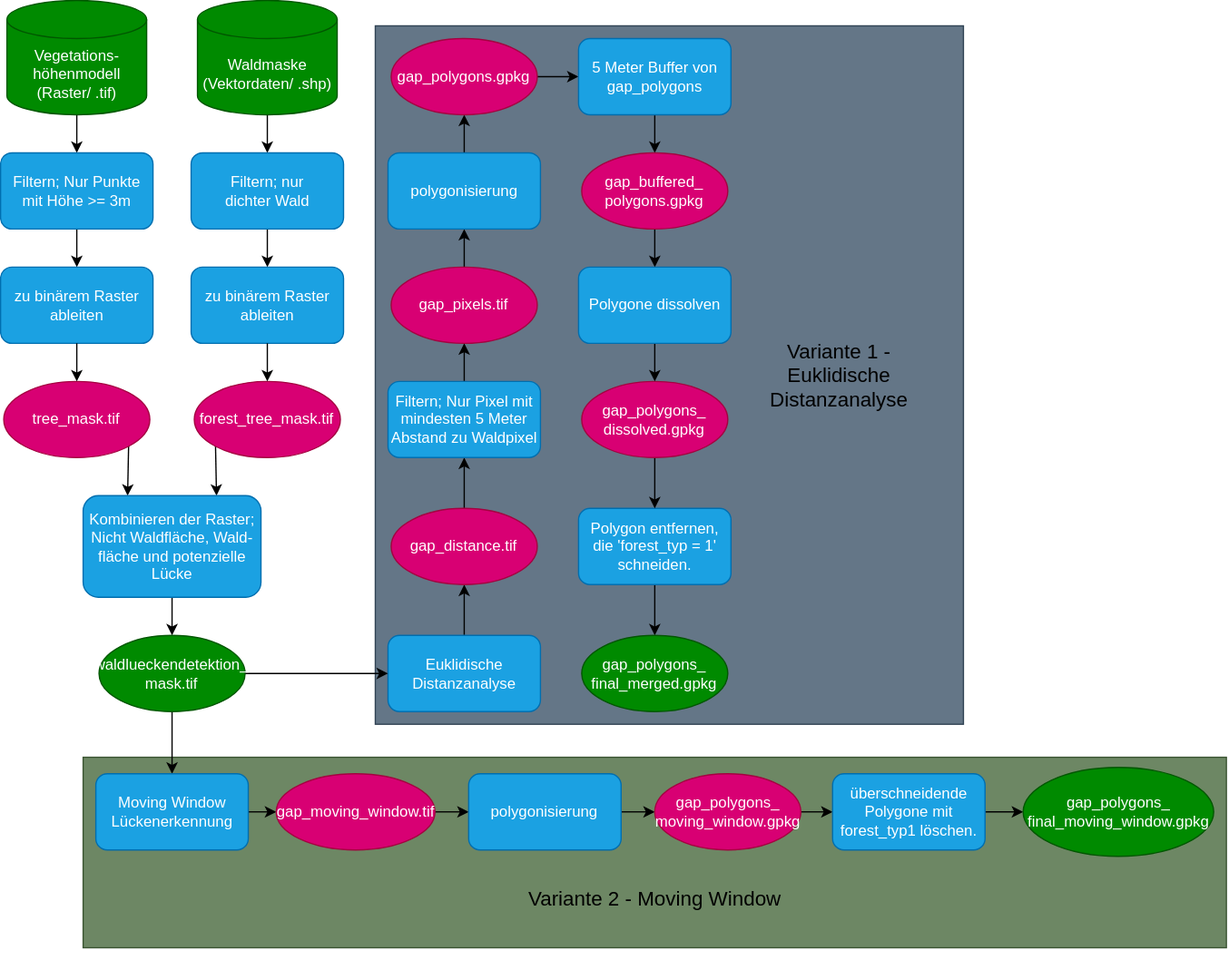
The draw.io diagram Lueckendetektion.drawio.svg in liobio72/Lueckendetektion, before a commit. Source tidied: cells renumbered, new cells last; positions are measured from the earlier drawing's top-left corner, leaving out a move shared by most shapes.
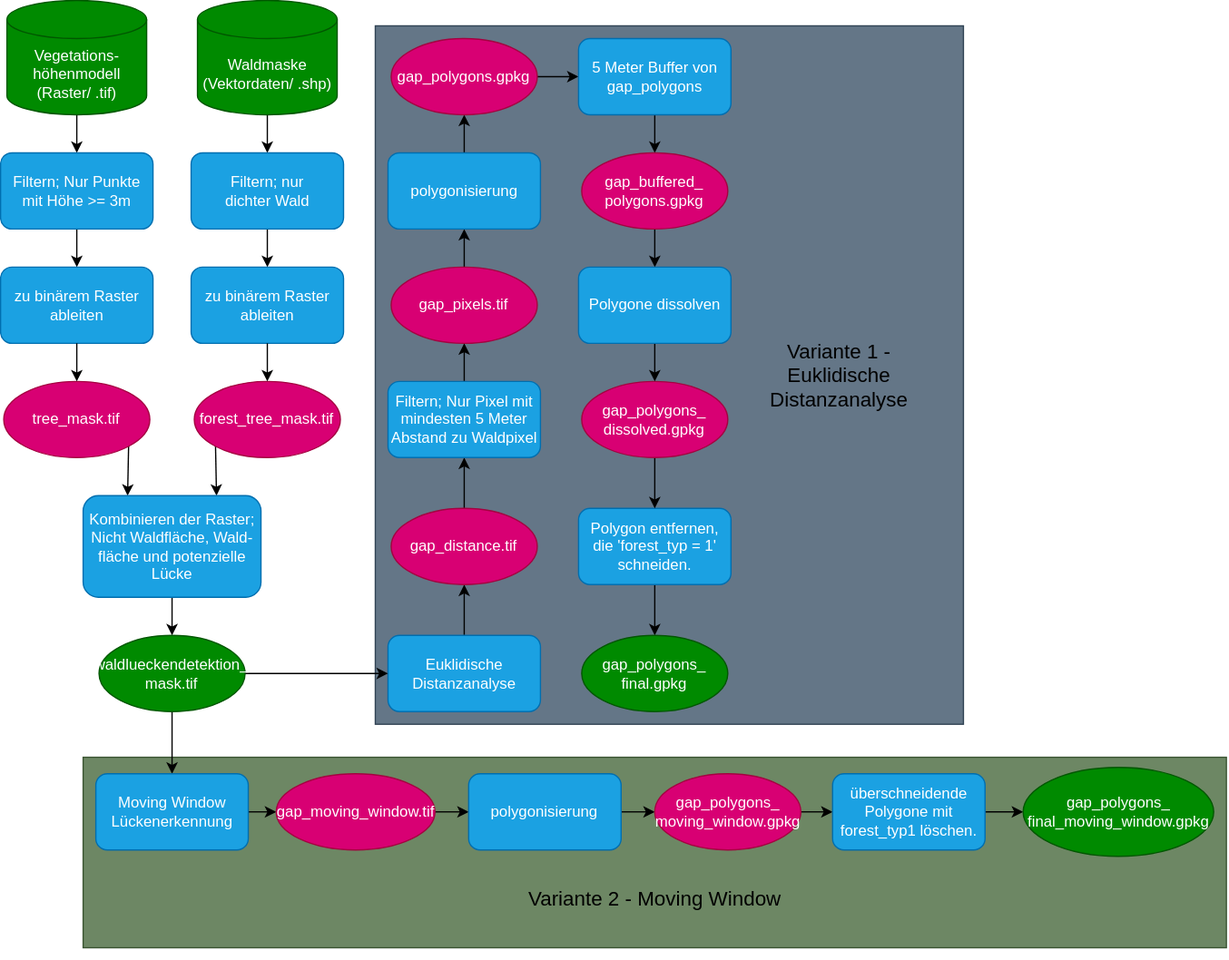
The same diagram one commit later.

What changed in the source:
```diff
@@ -137,7 +137,7 @@
     <mxCell id="46" value="Polygone dissolven" style="rounded=1;whiteSpace=wrap;html=1;fillColor=#1ba1e2;fontColor=#ffffff;strokeColor=#006EAF;" parent="1" vertex="1">
       <mxGeometry x="455" y="210" width="120" height="60" as="geometry" />
     </mxCell>
-    <mxCell id="47" value="gap_polygons_&lt;div&gt;final_merged.gpkg&lt;/div&gt;" style="ellipse;whiteSpace=wrap;html=1;fillColor=#008a00;fontColor=#ffffff;strokeColor=#005700;" parent="1" vertex="1">
+    <mxCell id="47" value="gap_polygons_&lt;div&gt;final&lt;span style=&quot;background-color: transparent; color: light-dark(rgb(255, 255, 255), rgb(18, 18, 18));&quot;&gt;.gpkg&lt;/span&gt;&lt;/div&gt;" style="ellipse;whiteSpace=wrap;html=1;fillColor=#008a00;fontColor=#ffffff;strokeColor=#005700;" parent="1" vertex="1">
       <mxGeometry x="457.5" y="500" width="115" height="60" as="geometry" />
     </mxCell>
     <mxCell id="48" value="&lt;font style=&quot;font-size: 16px;&quot;&gt;Variante 1 - Euklidische Distanzanalyse&lt;/font&gt;" style="text;html=1;whiteSpace=wrap;strokeColor=none;fillColor=none;align=center;verticalAlign=middle;rounded=0;" parent="1" vertex="1">
```
